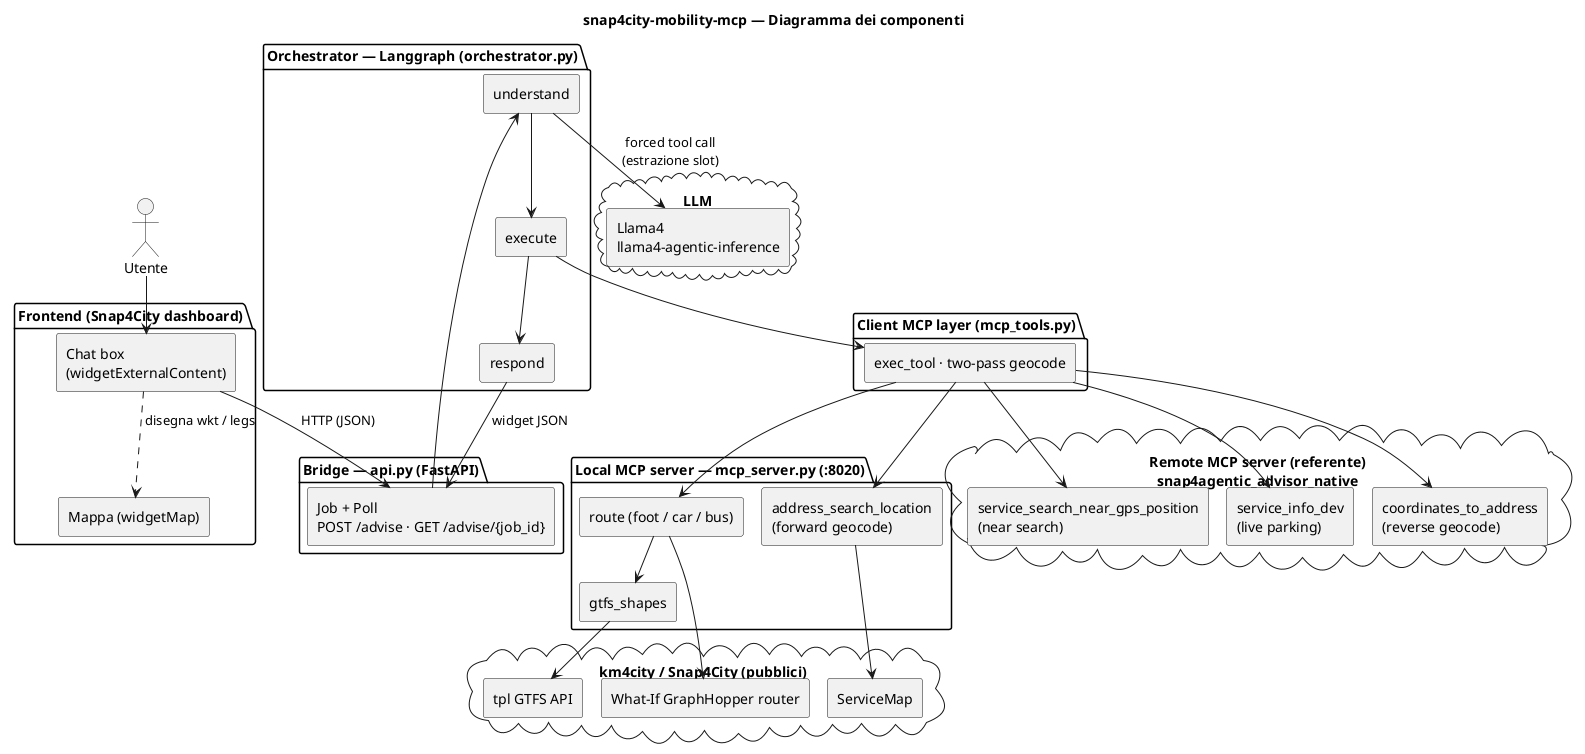
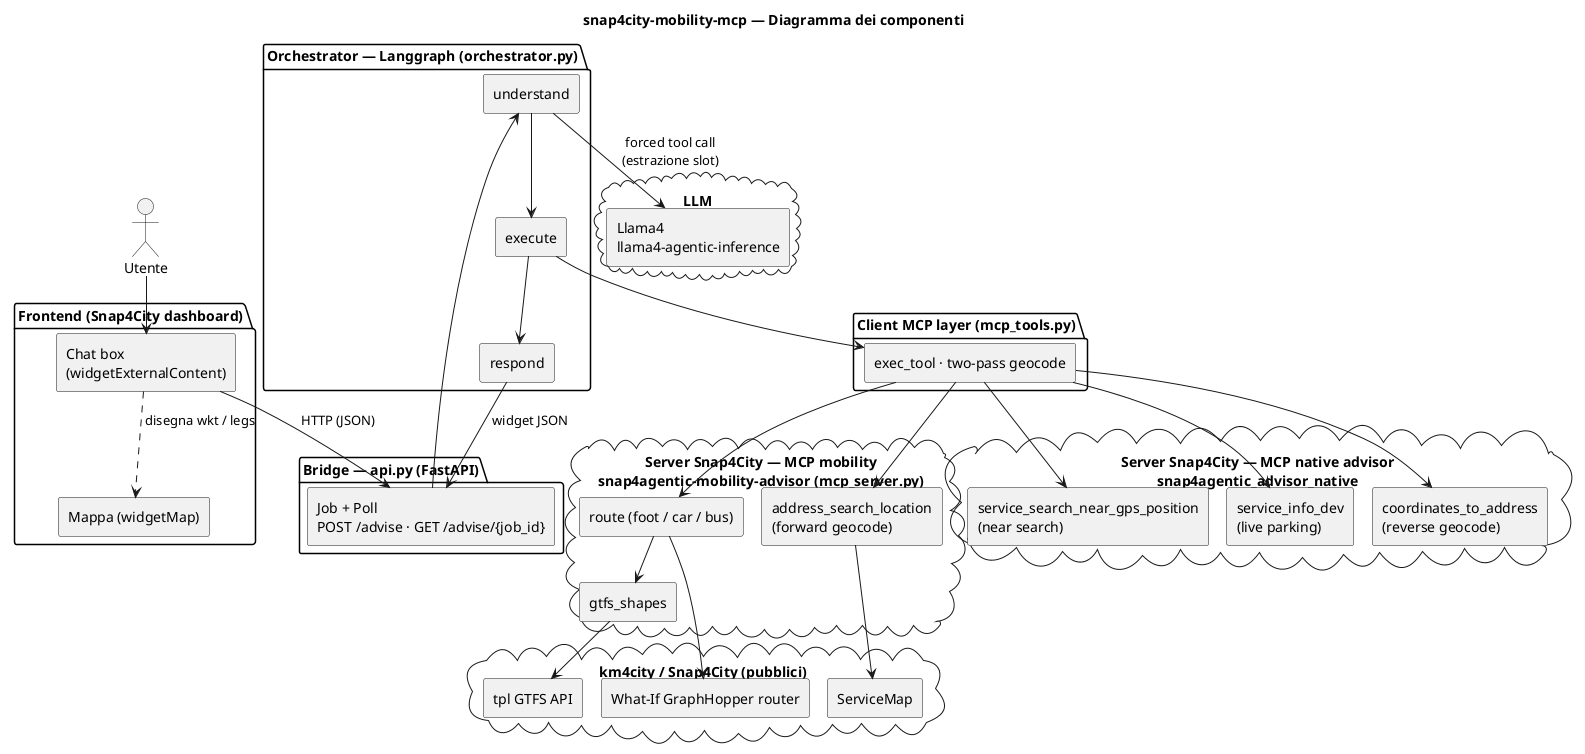
@startuml component
!pragma layout smetana
title snap4city-mobility-mcp — Diagramma dei componenti

skinparam componentStyle rectangle
skinparam shadowing false

actor "Utente" as user

package "Frontend (Snap4City dashboard)" {
  [Chat box\n(widgetExternalContent)] as chat
  [Mappa (widgetMap)] as map
}

package "Bridge — api.py (FastAPI)" {
  [Job + Poll\nPOST /advise · GET /advise/{job_id}] as bridge
}

package "Orchestrator — Langgraph (orchestrator.py)" {
  [understand] as understand
  [execute] as execute
  [respond] as respond
}

package "Client MCP layer (mcp_tools.py)" {
  [exec_tool · two-pass geocode] as mcptools
}

- package "Local MCP server — mcp_server.py (:8020)" {
+ cloud "Server Snap4City — MCP mobility\nsnap4agentic-mobility-advisor (mcp_server.py)" {
  [address_search_location\n(forward geocode)] as geocode
  [route (foot / car / bus)] as route
  [gtfs_shapes] as gtfs
}

cloud "LLM" {
  [Llama4\nllama4-agentic-inference] as llm
}

- cloud "Remote MCP server (referente)\nsnap4agentic_advisor_native" {
+ cloud "Server Snap4City — MCP native advisor\nsnap4agentic_advisor_native" {
  [coordinates_to_address\n(reverse geocode)] as revgeo
  [service_search_near_gps_position\n(near search)] as near
  [service_info_dev\n(live parking)] as parking
}

cloud "km4city / Snap4City (pubblici)" {
  [ServiceMap] as servicemap
  [What-If GraphHopper router] as whatif
  [tpl GTFS API] as tpl
}

user --> chat
chat --> bridge : HTTP (JSON)
chat ..> map : disegna wkt / legs
bridge --> understand
understand --> execute
execute --> respond
respond --> bridge : widget JSON

understand --> llm : forced tool call\n(estrazione slot)
execute --> mcptools
mcptools --> geocode
mcptools --> route
mcptools --> revgeo
mcptools --> near
mcptools --> parking
geocode --> servicemap
route --> whatif
route --> gtfs
gtfs --> tpl
@enduml
